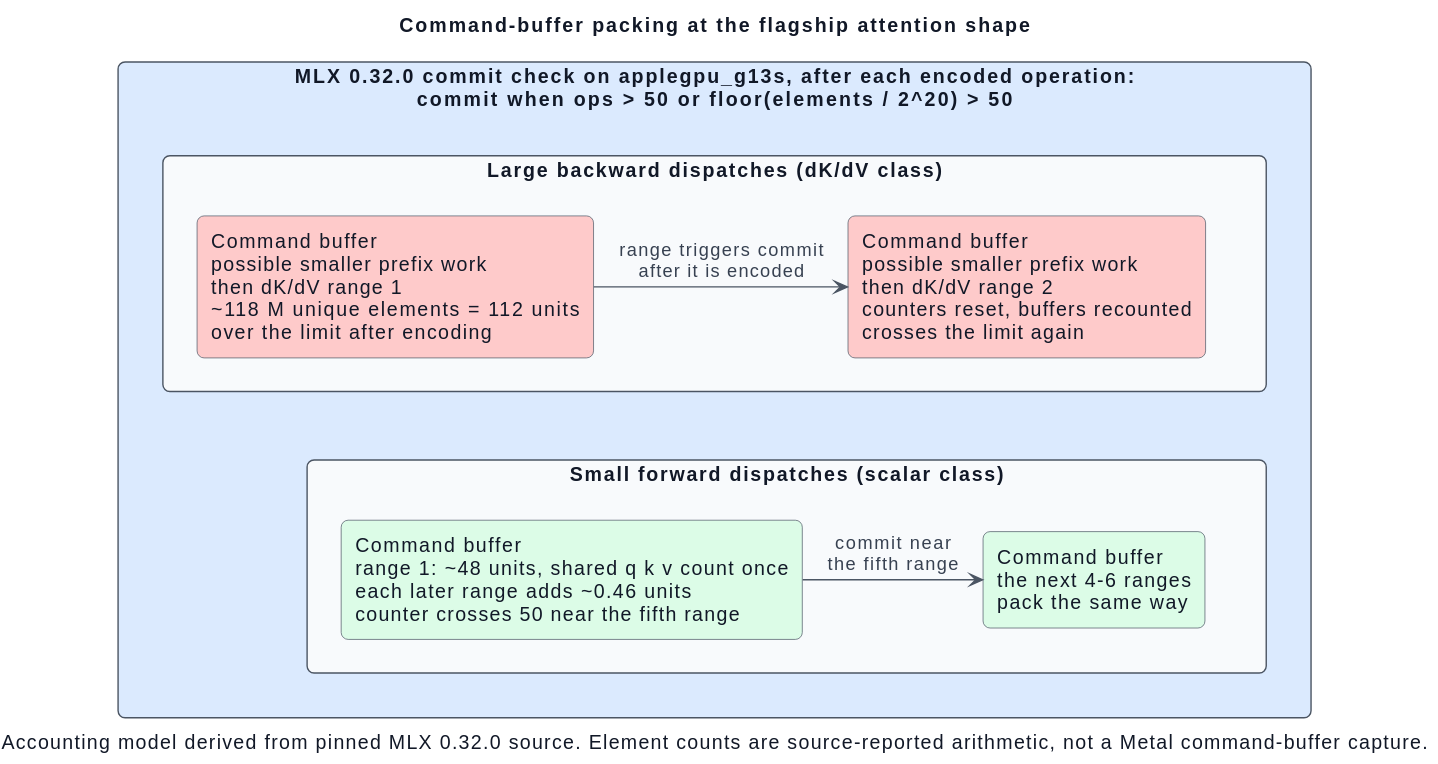
This is docs/papers/diagrams/command-buffer-packing-sequence.svg from IonDen/mlx-train-perf, a PlantUML export, as it was before one commit. The source it was exported from:
```plantuml
@startuml
title Command-buffer packing at the flagship attention shape

skinparam backgroundColor #FFFFFF
skinparam shadowing false
skinparam roundCorner 10
skinparam defaultFontName Helvetica
skinparam defaultFontColor #111827
skinparam ArrowColor #4B5563
skinparam ArrowFontColor #374151
skinparam rectangle {
  BorderColor #4B5563
  FontColor #111827
  BackgroundColor #F8FAFC
}

rectangle "MLX 0.32.0 commit check on applegpu_g13s, after each encoded operation:\ncommit when ops > 50 or floor(elements / 2^20) > 50" as rule #DBEAFE {

  rectangle "Large backward dispatches (dK/dV class)" as laneA {
    rectangle "Command buffer\npossible smaller prefix work\nthen dK/dV range 1\n~118 M unique elements = 112 units\nover the limit after encoding" as a1 #FECACA
    rectangle "Command buffer\npossible smaller prefix work\nthen dK/dV range 2\ncounters reset, buffers recounted\ncrosses the limit again" as a2 #FECACA
  }

  rectangle "Small forward dispatches (scalar class)" as laneB {
    rectangle "Command buffer\nrange 1: ~48 units, shared q k v count once\neach later range adds ~0.46 units\ncounter crosses 50 near the fifth range" as b1 #DCFCE7
    rectangle "Command buffer\nthe next 4-6 ranges\npack the same way" as b2 #DCFCE7
  }
}

laneA -[hidden]down- laneB
a1 -right-> a2 : range triggers commit\nafter it is encoded
b1 -right-> b2 : commit near\nthe fifth range

caption Accounting model derived from pinned MLX 0.32.0 source. Element counts are source-reported arithmetic, not a Metal command-buffer capture.
@enduml
```
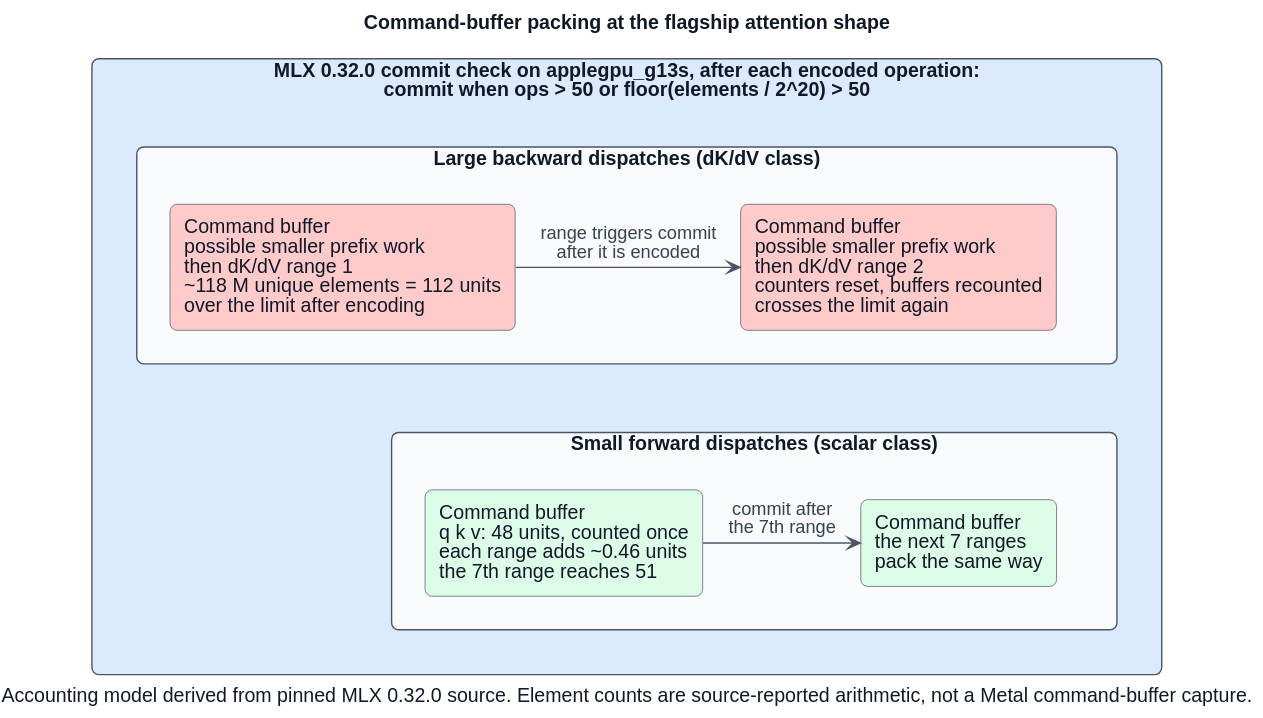
Above is the later version.

Commit message:
Correct three papers: MLX version, loss-table source, packing math (#23)

The edit, as a diff of the source:
```diff
@@ -22,14 +22,14 @@
   }
 
   rectangle "Small forward dispatches (scalar class)" as laneB {
-    rectangle "Command buffer\nrange 1: ~48 units, shared q k v count once\neach later range adds ~0.46 units\ncounter crosses 50 near the fifth range" as b1 #DCFCE7
-    rectangle "Command buffer\nthe next 4-6 ranges\npack the same way" as b2 #DCFCE7
+    rectangle "Command buffer\nq k v: 48 units, counted once\neach range adds ~0.46 units\nthe 7th range reaches 51" as b1 #DCFCE7
+    rectangle "Command buffer\nthe next 7 ranges\npack the same way" as b2 #DCFCE7
   }
 }
 
 laneA -[hidden]down- laneB
 a1 -right-> a2 : range triggers commit\nafter it is encoded
-b1 -right-> b2 : commit near\nthe fifth range
+b1 -right-> b2 : commit after\nthe 7th range
 
 caption Accounting model derived from pinned MLX 0.32.0 source. Element counts are source-reported arithmetic, not a Metal command-buffer capture.
 @enduml
```
